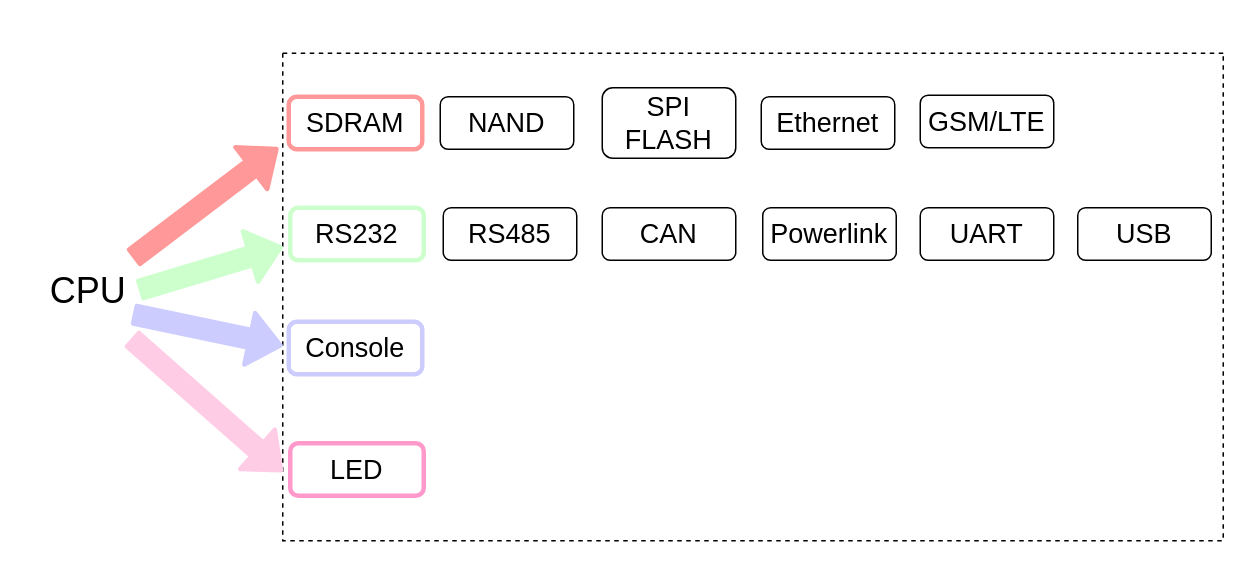
zlhzht/gateway keeps this draw.io diagram as p3.drawio. Above is the earlier version. Source tidied: cells renumbered, new cells numbered last; positions are measured from the earlier drawing's top-left corner, leaving out a move shared by most shapes. Both pictures are drawn from the tidied source at 150%, with x=0, y=0 at pixel (44, 52).
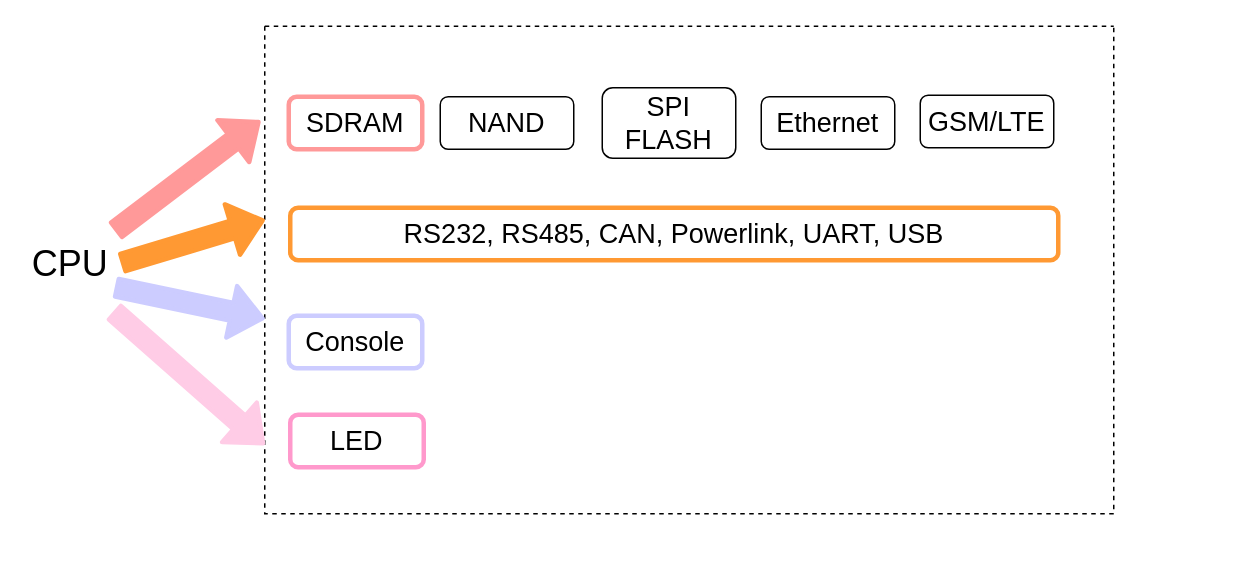
The same page after the edit.

Diff of the diagram source:
```diff
@@
     <mxCell id="2" value="&lt;font style=&quot;font-size: 24px&quot;&gt;CPU&lt;/font&gt;" style="rounded=1;whiteSpace=wrap;html=1;strokeWidth=0;opacity=0;" parent="1" vertex="1">
-      <mxGeometry y="129" width="59" height="60" as="geometry" />
+      <mxGeometry x="-12" y="111" width="59" height="60" as="geometry" />
     </mxCell>
     <mxCell id="3" value="&lt;font style=&quot;font-size: 18px&quot;&gt;Console&lt;/font&gt;" style="rounded=1;whiteSpace=wrap;html=1;strokeWidth=3;strokeColor=#CCCCFF;" parent="1" vertex="1">
-      <mxGeometry x="163" y="179" width="89" height="35" as="geometry" />
+      <mxGeometry x="163" y="175" width="89" height="35" as="geometry" />
     </mxCell>
     <mxCell id="4" style="swimlane;startSize=0;dashed=1;" parent="1" vertex="1">
-      <mxGeometry x="159" width="627" height="325" as="geometry" />
+      <mxGeometry x="147" y="-18" width="566" height="325" as="geometry" />
     </mxCell>
     <mxCell id="5" value="&lt;font style=&quot;font-size: 18px&quot;&gt;LED&lt;/font&gt;" style="rounded=1;whiteSpace=wrap;html=1;strokeWidth=3;strokeColor=#FF99CC;" parent="4" vertex="1">
-      <mxGeometry x="5" y="260" width="89" height="35" as="geometry" />
+      <mxGeometry x="17" y="259" width="89" height="35" as="geometry" />
     </mxCell>
-    <mxCell id="6" value="&lt;span style=&quot;font-size: 18px&quot;&gt;CAN&lt;/span&gt;" style="rounded=1;whiteSpace=wrap;html=1;strokeWidth=1;" parent="4" vertex="1">
-      <mxGeometry x="213" y="103" width="89" height="35" as="geometry" />
-    </mxCell>
-    <mxCell id="7" value="&lt;span style=&quot;font-size: 18px&quot;&gt;RS232&lt;/span&gt;" style="rounded=1;whiteSpace=wrap;html=1;strokeWidth=3;strokeColor=#CCFFCC;" parent="4" vertex="1">
-      <mxGeometry x="5" y="103" width="89" height="35" as="geometry" />
+    <mxCell id="7" value="&lt;span style=&quot;font-size: 18px&quot;&gt;RS232,&amp;nbsp;&lt;/span&gt;&lt;span style=&quot;font-size: 18px&quot;&gt;RS485,&amp;nbsp;&lt;/span&gt;&lt;span style=&quot;font-size: 18px&quot;&gt;CAN,&amp;nbsp;&lt;/span&gt;&lt;span style=&quot;font-size: 18px&quot;&gt;Powerlink,&amp;nbsp;&lt;/span&gt;&lt;span style=&quot;font-size: 18px&quot;&gt;UART,&amp;nbsp;&lt;/span&gt;&lt;span style=&quot;font-size: 18px&quot;&gt;USB&lt;/span&gt;" style="rounded=1;whiteSpace=wrap;html=1;strokeWidth=3;strokeColor=#FF9933;" parent="4" vertex="1">
+      <mxGeometry x="17" y="121" width="512" height="35" as="geometry" />
     </mxCell>
-    <mxCell id="8" value="&lt;span style=&quot;font-size: 18px&quot;&gt;RS485&lt;/span&gt;" style="rounded=1;whiteSpace=wrap;html=1;strokeWidth=1;" parent="4" vertex="1">
-      <mxGeometry x="107" y="103" width="89" height="35" as="geometry" />
-    </mxCell>
-    <mxCell id="9" value="&lt;span style=&quot;font-size: 18px&quot;&gt;Powerlink&lt;/span&gt;" style="rounded=1;whiteSpace=wrap;html=1;strokeWidth=1;" parent="4" vertex="1">
-      <mxGeometry x="320" y="103" width="89" height="35" as="geometry" />
-    </mxCell>
-    <mxCell id="10" value="&lt;span style=&quot;font-size: 18px&quot;&gt;UART&lt;/span&gt;" style="rounded=1;whiteSpace=wrap;html=1;strokeWidth=1;" parent="4" vertex="1">
-      <mxGeometry x="425" y="103" width="89" height="35" as="geometry" />
-    </mxCell>
-    <mxCell id="11" value="&lt;span style=&quot;font-size: 18px&quot;&gt;USB&lt;/span&gt;" style="rounded=1;whiteSpace=wrap;html=1;strokeWidth=1;" parent="4" vertex="1">
-      <mxGeometry x="530" y="103" width="89" height="35" as="geometry" />
-    </mxCell>
     <mxCell id="12" value="&lt;span style=&quot;font-size: 18px&quot;&gt;GSM/LTE&lt;/span&gt;" style="rounded=1;whiteSpace=wrap;html=1;strokeWidth=1;" parent="4" vertex="1">
-      <mxGeometry x="425" y="28" width="89" height="35" as="geometry" />
+      <mxGeometry x="437" y="46" width="89" height="35" as="geometry" />
     </mxCell>
@@
     <mxCell id="17" style="shape=flexArrow;endArrow=classic;html=1;strokeColor=#FF9999;strokeWidth=3;fillColor=#FF9999;" parent="1" edge="1" source="2">
       <mxGeometry relative="1" as="geometry">
-        <mxPoint x="156" y="63" as="targetPoint" />
+        <mxPoint x="144" y="45" as="targetPoint" />
       </mxGeometry>
     </mxCell>
-    <mxCell id="18" style="shape=flexArrow;endArrow=classic;html=1;entryX=0;entryY=0.397;entryDx=0;entryDy=0;entryPerimeter=0;strokeColor=#CCFFCC;strokeWidth=3;fillColor=#CCFFCC;" parent="1" edge="1" target="4">
+    <mxCell id="18" style="shape=flexArrow;endArrow=classic;html=1;entryX=0;entryY=0.397;entryDx=0;entryDy=0;entryPerimeter=0;strokeWidth=3;fillColor=#FF9933;strokeColor=#FF9933;" parent="1" edge="1" target="4">
       <mxGeometry relative="1" as="geometry">
-        <mxPoint x="63" y="158" as="sourcePoint" />
+        <mxPoint x="51" y="140" as="sourcePoint" />
       </mxGeometry>
     </mxCell>
     <mxCell id="19" style="shape=flexArrow;endArrow=classic;html=1;entryX=0;entryY=0.6;entryDx=0;entryDy=0;entryPerimeter=0;strokeWidth=3;strokeColor=#CCCCFF;fillColor=#CCCCFF;" parent="1" edge="1" target="4">
       <mxGeometry relative="1" as="geometry">
-        <mxPoint x="59" y="174" as="sourcePoint" />
+        <mxPoint x="47" y="156" as="sourcePoint" />
       </mxGeometry>
     </mxCell>
     <mxCell id="20" style="shape=flexArrow;endArrow=classic;html=1;strokeWidth=3;strokeColor=#FFCCE6;fillColor=#FFCCE6;" parent="1" edge="1">
       <mxGeometry relative="1" as="geometry">
-        <mxPoint x="58" y="190" as="sourcePoint" />
-        <mxPoint x="159" y="279" as="targetPoint" />
+        <mxPoint x="46" y="172" as="sourcePoint" />
+        <mxPoint x="147" y="261" as="targetPoint" />
       </mxGeometry>
     </mxCell>
```
